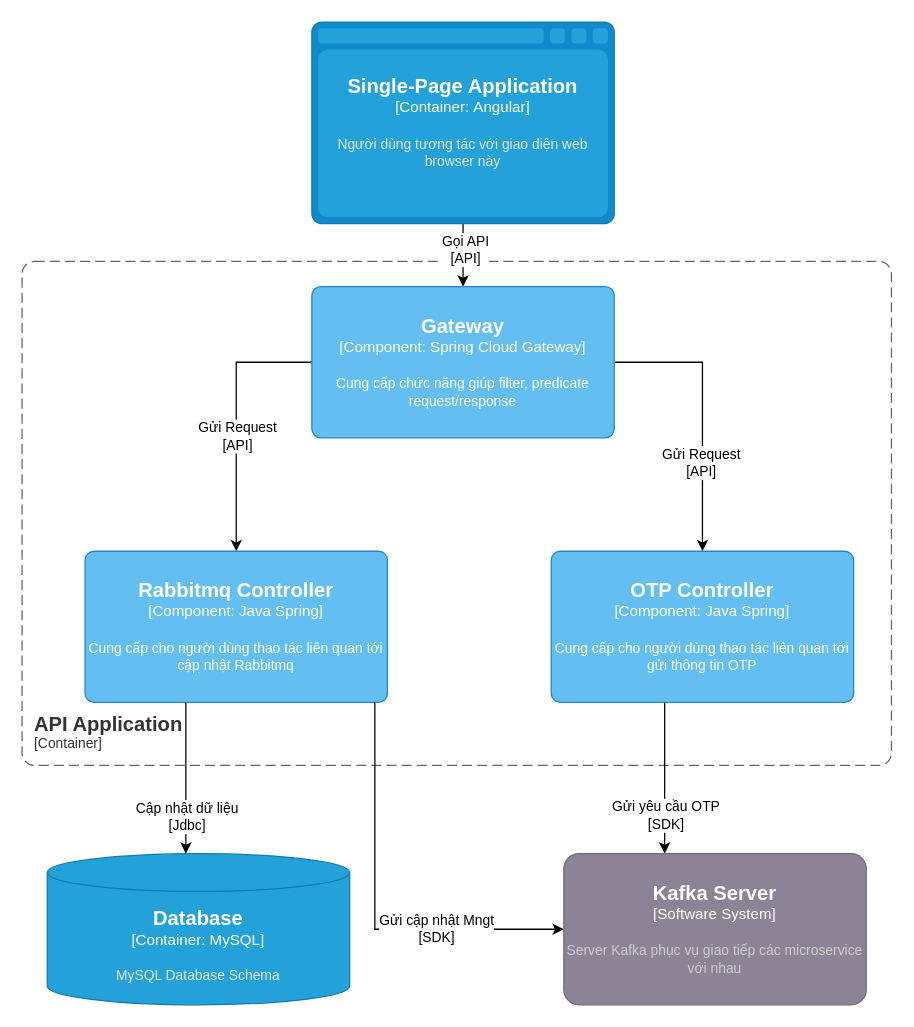
The draw.io diagram Idg-Portal lv3 Rabbitmq API.drawio in dangngocsoncntt/draw.io, before the edit. Source tidied: cells renumbered, new cells numbered last; positions are measured from the earlier drawing's top-left corner, leaving out a move shared by most shapes. Both pictures are drawn from the tidied source at 126%, with x=0, y=0 at pixel (21, 21).
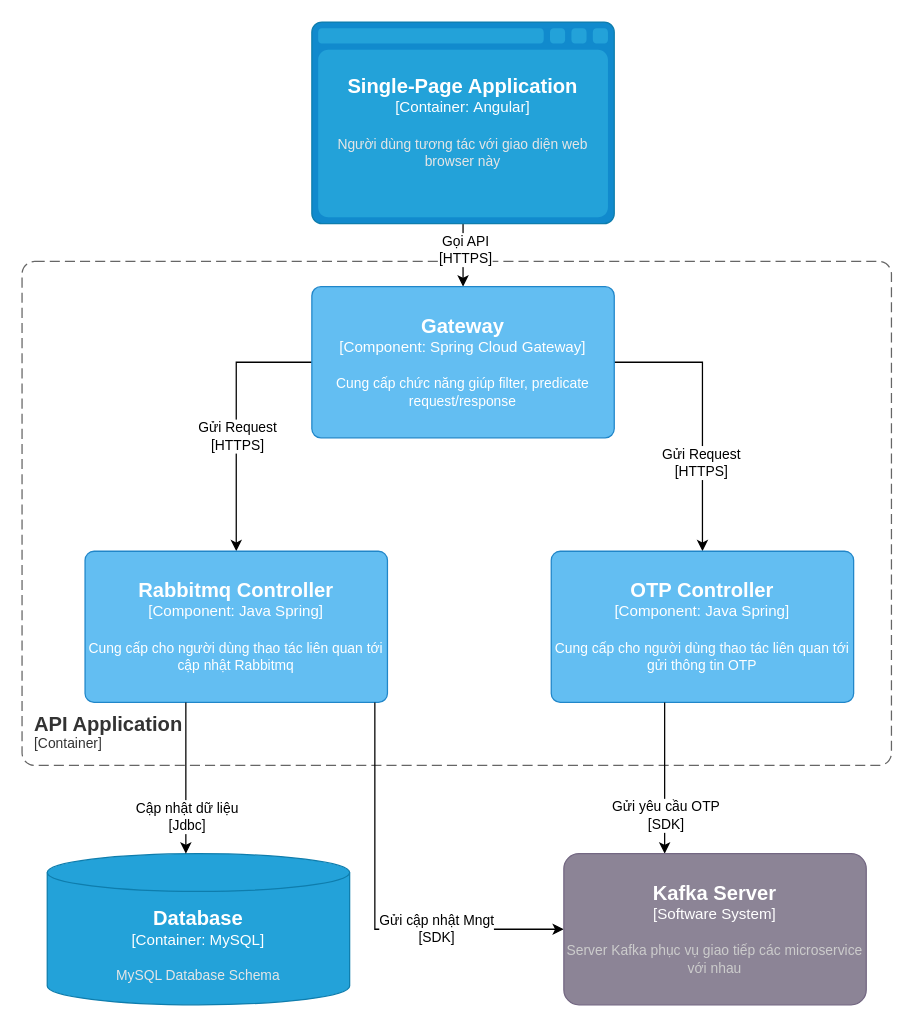
After the change.

Unchanged cells that the change refers to:
```xml
<mxCell id="3" style="edgeStyle=orthogonalEdgeStyle;rounded=0;jettySize=auto;html=1;" parent="1" edge="1" target="7">
  <mxGeometry relative="1" as="geometry">
    <mxPoint x="230" y="270" as="sourcePoint" />
    <Array as="points">
      <mxPoint x="170" y="270" />
    </Array>
  </mxGeometry>
</mxCell>
<mxCell id="5" style="edgeStyle=orthogonalEdgeStyle;rounded=0;jettySize=auto;html=1;" parent="1" edge="1" target="8">
  <mxGeometry relative="1" as="geometry">
    <mxPoint x="470" y="270" as="sourcePoint" />
    <Array as="points">
      <mxPoint x="540" y="270" />
    </Array>
  </mxGeometry>
</mxCell>
<mxCell id="17" style="edgeStyle=orthogonalEdgeStyle;rounded=0;jettySize=auto;html=1;" parent="1" edge="1" source="19" target="20">
  <mxGeometry relative="1" as="geometry" />
</mxCell>
```

The edit, as a diff of the source:
```diff
@@
-    <mxCell id="4" value="Gửi Request&lt;br style=&quot;border-color: var(--border-color);&quot;&gt;[API]" style="edgeLabel;html=1;align=center;verticalAlign=middle;" parent="3" vertex="1">
+    <mxCell id="4" value="Gửi Request&lt;br style=&quot;border-color: var(--border-color);&quot;&gt;[HTTPS]" style="edgeLabel;html=1;align=center;verticalAlign=middle;" parent="3" vertex="1">
       <mxGeometry x="0.12" relative="1" as="geometry" />
     </mxCell>
@@
-    <mxCell id="6" value="Gửi Request&lt;br style=&quot;border-color: var(--border-color);&quot;&gt;[API]" style="edgeLabel;html=1;align=center;verticalAlign=middle;" parent="5" vertex="1">
+    <mxCell id="6" value="Gửi Request&lt;br style=&quot;border-color: var(--border-color);&quot;&gt;[HTTPS]" style="edgeLabel;html=1;align=center;verticalAlign=middle;" parent="5" vertex="1">
       <mxGeometry x="0.35" y="-2" relative="1" as="geometry" />
     </mxCell>
@@
-    <mxCell id="18" value="Gọi API&lt;br&gt;[API]" style="edgeLabel;html=1;align=center;verticalAlign=middle;" parent="17" vertex="1">
+    <mxCell id="18" value="Gọi API&lt;br&gt;[HTTPS]" style="edgeLabel;html=1;align=center;verticalAlign=middle;" parent="17" vertex="1">
       <mxGeometry x="-0.22" y="1" relative="1" as="geometry" />
     </mxCell>
```
